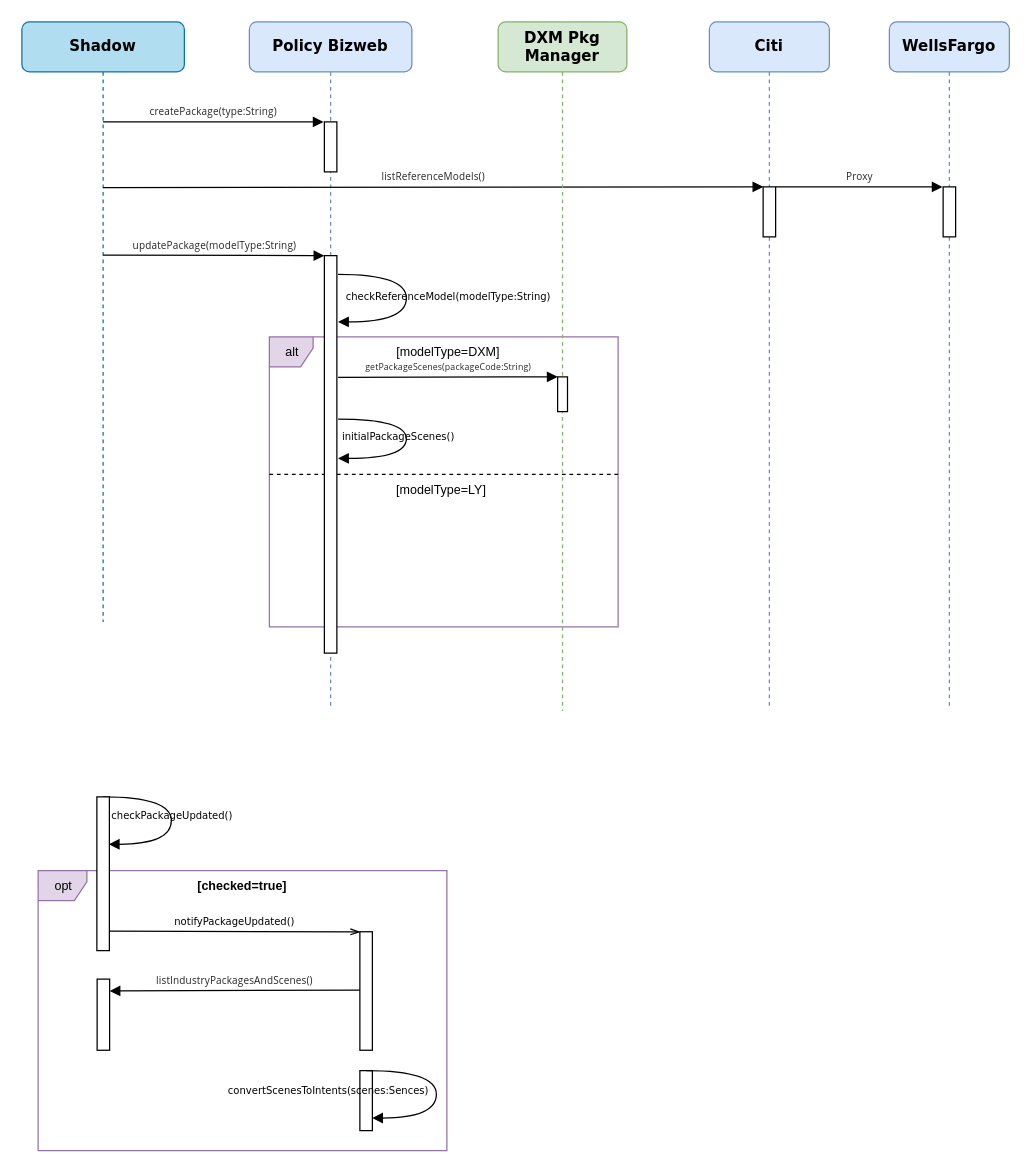
This is leyan/dxm/Sequence Diagram 2.drawio from GeekKwok/UML, a draw.io file, before an edit. Source tidied: cells renumbered, new cells numbered last; positions are measured from the earlier drawing's top-left corner, leaving out a move shared by most shapes. Both pictures are drawn from the tidied source at 125%, with x=0, y=0 at pixel (21, 21).
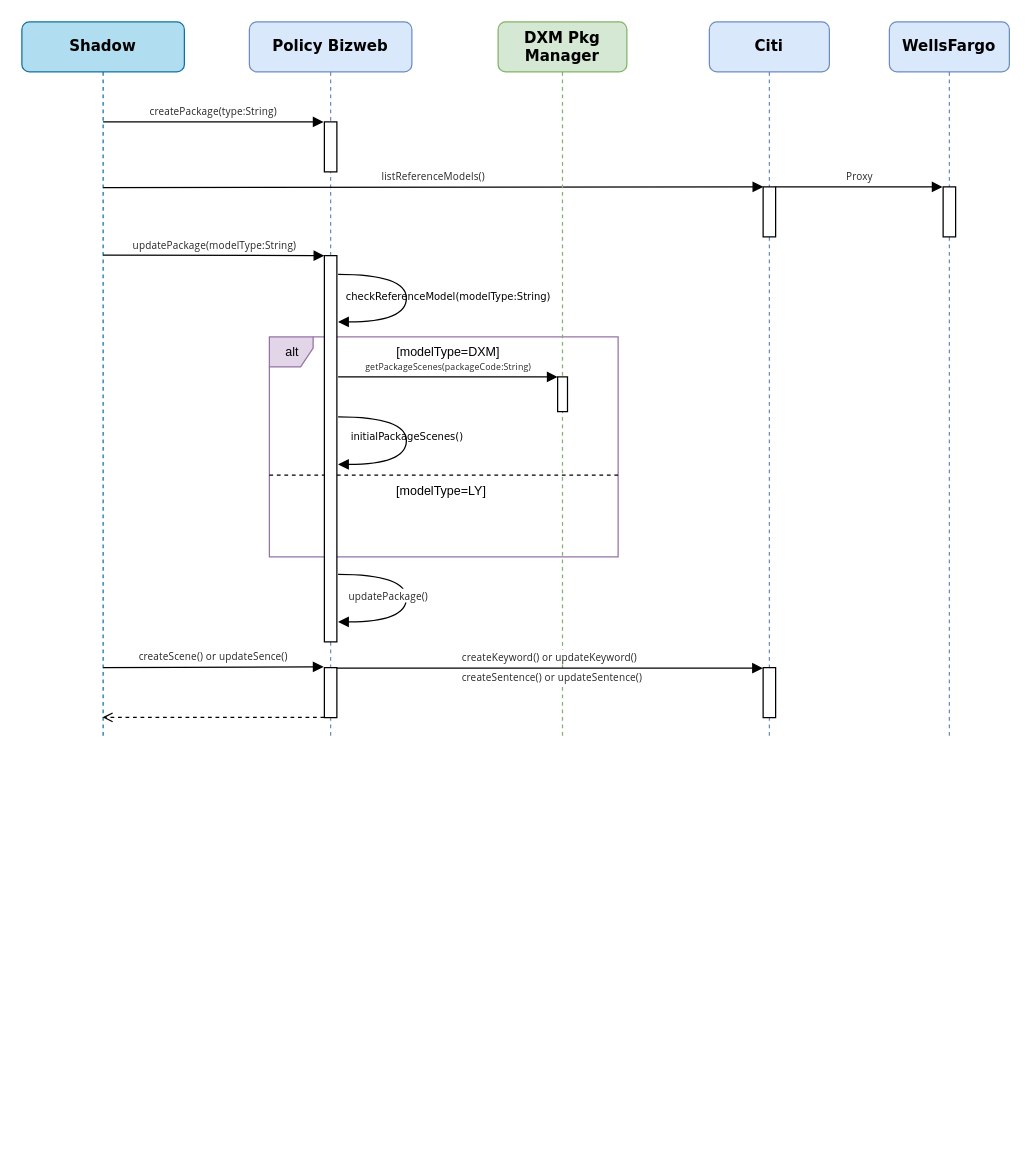
The same page after the edit.

The change refers to these unchanged cells:
```xml
<mxCell id="32" style="html=1;points=[];perimeter=orthogonalPerimeter;rounded=0;shadow=0;comic=0;labelBackgroundColor=none;strokeWidth=1;fontFamily=Verdana;fontSize=12;align=center;" parent="31" vertex="1">
  <mxGeometry x="47.6" y="284" width="7.9" height="27.8" as="geometry" />
</mxCell>
```

Change to the diagram source:
```diff
@@
     <mxCell id="2" value="&lt;font style=&quot;font-size: 10px&quot;&gt;alt&lt;/font&gt;" style="shape=umlFrame;tabWidth=110;tabHeight=30;tabPosition=left;html=1;boundedLbl=1;labelInHeader=1;width=35;height=24;fillColor=#e1d5e7;strokeColor=#9673a6;" parent="1" vertex="1">
-      <mxGeometry x="198" y="252" width="279" height="232" as="geometry" />
+      <mxGeometry x="198" y="252" width="279" height="176" as="geometry" />
     </mxCell>
@@
     <mxCell id="4" style="line;strokeWidth=1;dashed=1;labelPosition=center;verticalLabelPosition=bottom;align=left;verticalAlign=top;spacingLeft=20;spacingTop=15;fontSize=10;" parent="2" vertex="1">
-      <mxGeometry y="106.9" width="279" height="6.2" as="geometry" />
+      <mxGeometry y="108.3" width="279" height="4.7" as="geometry" />
     </mxCell>
     <mxCell id="5" value="[modelType=LY]" style="text;fontSize=10;" parent="2" vertex="1">
-      <mxGeometry x="99.9" y="110.2" width="79.3" height="13" as="geometry" />
+      <mxGeometry x="99.9" y="110.8" width="79.3" height="9.9" as="geometry" />
     </mxCell>
     <mxCell id="6" value="&lt;font color=&quot;#262626&quot; face=&quot;chinese quote, segoe ui, roboto, pingfang sc, hiragino sans gb, microsoft yahei, helvetica neue, helvetica, arial, sans-serif, apple color emoji&quot; size=&quot;1&quot;&gt;&lt;span style=&quot;letter-spacing: 0.12px ; background-color: rgb(255 , 255 , 255) ; font-size: 7px&quot;&gt;getPackageScenes(packageCode:String)&lt;/span&gt;&lt;/font&gt;" style="html=1;verticalAlign=bottom;endArrow=block;labelBackgroundColor=none;fontFamily=Verdana;fontSize=12;edgeStyle=elbowEdgeStyle;elbow=vertical;entryX=-0.002;entryY=-0.003;entryDx=0;entryDy=0;entryPerimeter=0;" parent="2" edge="1" target="32">
       <mxGeometry relative="1" as="geometry">
-        <mxPoint x="55" y="32.3" as="sourcePoint" />
+        <mxPoint x="55" y="32" as="sourcePoint" />
       </mxGeometry>
     </mxCell>
-    <mxCell id="7" value="&lt;font style=&quot;font-size: 8px&quot;&gt;initialPackageScenes()&lt;/font&gt;" style="html=1;verticalAlign=bottom;endArrow=block;labelBackgroundColor=none;fontFamily=Verdana;fontSize=12;elbow=vertical;edgeStyle=orthogonalEdgeStyle;curved=1;exitX=1.038;exitY=0.345;exitPerimeter=0;" parent="2" edge="1">
-      <mxGeometry x="0.1" y="-7" relative="1" as="geometry">
-        <mxPoint x="55" y="65.7" as="sourcePoint" />
-        <mxPoint x="55" y="97.2" as="targetPoint" />
+    <mxCell id="7" value="&lt;span style=&quot;font-size: 8px&quot;&gt;initialPackageScenes()&lt;/span&gt;" style="html=1;verticalAlign=bottom;endArrow=block;labelBackgroundColor=none;fontFamily=Verdana;fontSize=12;elbow=vertical;edgeStyle=orthogonalEdgeStyle;curved=1;exitX=1.038;exitY=0.345;exitPerimeter=0;" parent="2" edge="1">
+      <mxGeometry x="0.07" relative="1" as="geometry">
+        <mxPoint x="55" y="64" as="sourcePoint" />
+        <mxPoint x="55" y="102" as="targetPoint" />
         <Array as="points">
-          <mxPoint x="109.6" y="65.6" />
-          <mxPoint x="109.6" y="97.1" />
+          <mxPoint x="109.6" y="63.9" />
+          <mxPoint x="109.6" y="101.9" />
         </Array>
       </mxGeometry>
     </mxCell>
     <mxCell id="8" value="&lt;b&gt;Shadow&lt;/b&gt;" style="shape=umlLifeline;perimeter=lifelinePerimeter;whiteSpace=wrap;html=1;outlineConnect=0;rounded=1;shadow=0;comic=0;labelBackgroundColor=none;strokeWidth=1;fontFamily=Verdana;fontSize=12;align=center;fillColor=#b1ddf0;strokeColor=#10739e;" parent="1" vertex="1">
-      <mxGeometry width="130" height="480" as="geometry" />
+      <mxGeometry width="130" height="572" as="geometry" />
     </mxCell>
     <mxCell id="9" value="&lt;b&gt;Policy Bizweb&lt;/b&gt;" style="shape=umlLifeline;perimeter=lifelinePerimeter;whiteSpace=wrap;html=1;rounded=1;shadow=0;comic=0;labelBackgroundColor=none;strokeWidth=1;fontFamily=Verdana;fontSize=12;align=center;fillColor=#dae8fc;strokeColor=#6c8ebf;" parent="1" vertex="1">
-      <mxGeometry x="182" width="130" height="548" as="geometry" />
+      <mxGeometry x="182" width="130" height="572" as="geometry" />
     </mxCell>
@@
     <mxCell id="12" style="html=1;points=[];perimeter=orthogonalPerimeter;rounded=0;shadow=0;comic=0;labelBackgroundColor=none;strokeWidth=1;fontFamily=Verdana;fontSize=12;align=center;" parent="9" vertex="1">
-      <mxGeometry x="60" y="187" width="10" height="318" as="geometry" />
+      <mxGeometry x="60" y="187" width="10" height="309" as="geometry" />
     </mxCell>
-    <mxCell id="13" value="&lt;font style=&quot;font-size: 10px&quot;&gt;opt&lt;/font&gt;" style="shape=umlFrame;tabPosition=left;html=1;boundedLbl=1;labelInHeader=1;width=39;height=24;fillColor=#e1d5e7;strokeColor=#9673a6;" parent="1" vertex="1">
-      <mxGeometry x="13" y="679" width="327" height="224" as="geometry" />
-    </mxCell>
-    <mxCell id="14" value="[checked=true]" style="text;align=center;fontSize=10;fontStyle=1;" parent="13" vertex="1">
-      <mxGeometry width="100" height="20" relative="1" as="geometry">
-        <mxPoint x="113.5" as="offset" />
-      </mxGeometry>
-    </mxCell>
-    <mxCell id="15" style="html=1;points=[];perimeter=orthogonalPerimeter;rounded=0;shadow=0;comic=0;labelBackgroundColor=none;strokeWidth=1;fontFamily=Verdana;fontSize=12;align=center;" parent="13" vertex="1">
-      <mxGeometry x="257.4" y="48.9" width="10" height="94.8" as="geometry" />
-    </mxCell>
-    <mxCell id="16" style="html=1;points=[];perimeter=orthogonalPerimeter;rounded=0;shadow=0;comic=0;labelBackgroundColor=none;strokeWidth=1;fontFamily=Verdana;fontSize=12;align=center;" parent="13" vertex="1">
-      <mxGeometry x="47.2" y="86.8" width="10" height="56.9" as="geometry" />
-    </mxCell>
-    <mxCell id="17" value="&lt;font style=&quot;font-size: 8px&quot;&gt;&lt;span style=&quot;box-sizing: border-box ; color: rgb(64 , 64 , 64) ; font-family: &amp;#34;chinese quote&amp;#34; , &amp;#34;segoe ui&amp;#34; , &amp;#34;roboto&amp;#34; , &amp;#34;pingfang sc&amp;#34; , &amp;#34;hiragino sans gb&amp;#34; , &amp;#34;microsoft yahei&amp;#34; , &amp;#34;helvetica neue&amp;#34; , &amp;#34;helvetica&amp;#34; , &amp;#34;arial&amp;#34; , sans-serif , &amp;#34;apple color emoji&amp;#34; ; letter-spacing: 0.12px ; background-color: rgb(255 , 255 , 255)&quot;&gt;&lt;span style=&quot;box-sizing: border-box ; color: rgb(38 , 38 , 38)&quot;&gt;l&lt;/span&gt;&lt;/span&gt;&lt;span style=&quot;color: rgb(38 , 38 , 38) ; font-family: &amp;#34;chinese quote&amp;#34; , &amp;#34;segoe ui&amp;#34; , &amp;#34;roboto&amp;#34; , &amp;#34;pingfang sc&amp;#34; , &amp;#34;hiragino sans gb&amp;#34; , &amp;#34;microsoft yahei&amp;#34; , &amp;#34;helvetica neue&amp;#34; , &amp;#34;helvetica&amp;#34; , &amp;#34;arial&amp;#34; , sans-serif , &amp;#34;apple color emoji&amp;#34; ; letter-spacing: 0.12px ; background-color: rgb(255 , 255 , 255)&quot;&gt;istIndustryPackagesAndScenes()&lt;/span&gt;&lt;/font&gt;" style="html=1;verticalAlign=bottom;endArrow=block;labelBackgroundColor=none;fontFamily=Verdana;fontSize=12;edgeStyle=elbowEdgeStyle;elbow=vertical;exitX=0;exitY=0.492;exitDx=0;exitDy=0;exitPerimeter=0;entryX=1.001;entryY=0.18;entryDx=0;entryDy=0;entryPerimeter=0;" parent="13" edge="1" source="15" target="16">
-      <mxGeometry relative="1" as="geometry">
-        <Array as="points">
-          <mxPoint x="143" y="96.3" />
-        </Array>
-      </mxGeometry>
-    </mxCell>
-    <mxCell id="18" style="html=1;perimeter=orthogonalPerimeter;rounded=0;shadow=0;comic=0;labelBackgroundColor=none;strokeWidth=1;fontFamily=Verdana;fontSize=12;align=center;" parent="13" vertex="1">
-      <mxGeometry x="257.4" y="160" width="10" height="48" as="geometry" />
-    </mxCell>
-    <mxCell id="19" value="&lt;font style=&quot;font-size: 8px&quot;&gt;convertScenesToIntents(scenes:Sences)&lt;/font&gt;" style="html=1;verticalAlign=bottom;endArrow=block;labelBackgroundColor=none;fontFamily=Verdana;fontSize=12;elbow=vertical;edgeStyle=orthogonalEdgeStyle;curved=1;entryX=1;entryY=0.286;entryPerimeter=0;exitX=1.038;exitY=0.345;exitPerimeter=0;" parent="13" edge="1">
-      <mxGeometry x="1" y="-39" relative="1" as="geometry">
-        <mxPoint x="262.6" y="160" as="sourcePoint" />
-        <mxPoint x="267.3" y="197.9" as="targetPoint" />
-        <Array as="points">
-          <mxPoint x="318.6" y="159.9" />
-          <mxPoint x="318.6" y="197.9" />
-        </Array>
-        <mxPoint x="-36" y="25" as="offset" />
-      </mxGeometry>
-    </mxCell>
+    <mxCell id="33" style="html=1;points=[];perimeter=orthogonalPerimeter;rounded=0;shadow=0;comic=0;labelBackgroundColor=none;strokeWidth=1;fontFamily=Verdana;fontSize=12;align=center;" parent="9" vertex="1">
+      <mxGeometry x="60" y="516.6" width="10" height="40" as="geometry" />
+    </mxCell>
+    <mxCell id="34" value="&lt;font color=&quot;#262626&quot; face=&quot;chinese quote, segoe ui, roboto, pingfang sc, hiragino sans gb, microsoft yahei, helvetica neue, helvetica, arial, sans-serif, apple color emoji&quot;&gt;&lt;span style=&quot;font-size: 8px ; letter-spacing: 0.12px ; background-color: rgb(255 , 255 , 255)&quot;&gt;createScene() or updateSence()&lt;/span&gt;&lt;/font&gt;" style="html=1;verticalAlign=bottom;endArrow=block;labelBackgroundColor=none;fontFamily=Verdana;fontSize=12;edgeStyle=elbowEdgeStyle;elbow=vertical;entryX=-0.065;entryY=-0.013;entryDx=0;entryDy=0;entryPerimeter=0;" parent="9" edge="1" target="33">
+      <mxGeometry relative="1" as="geometry">
+        <mxPoint x="-117" y="516.6" as="sourcePoint" />
+      </mxGeometry>
+    </mxCell>
@@
-    <mxCell id="21" value="&lt;font style=&quot;font-size: 8px&quot;&gt;checkPackageUpdated()&lt;/font&gt;" style="html=1;verticalAlign=bottom;endArrow=block;labelBackgroundColor=none;fontFamily=Verdana;fontSize=12;elbow=vertical;edgeStyle=orthogonalEdgeStyle;curved=1;entryX=1;entryY=0.286;entryPerimeter=0;exitX=1.038;exitY=0.345;exitPerimeter=0;" parent="1" edge="1">
-      <mxGeometry x="0.1" relative="1" as="geometry">
-        <mxPoint x="65" y="620" as="sourcePoint" />
-        <mxPoint x="69.6" y="657.9" as="targetPoint" />
-        <Array as="points">
-          <mxPoint x="119.6" y="619.9" />
-          <mxPoint x="119.6" y="657.9" />
-        </Array>
-      </mxGeometry>
-    </mxCell>
-    <mxCell id="22" style="html=1;perimeter=orthogonalPerimeter;rounded=0;shadow=0;comic=0;labelBackgroundColor=none;strokeWidth=1;fontFamily=Verdana;fontSize=12;align=center;" parent="1" vertex="1">
-      <mxGeometry x="60" y="620" width="10" height="123" as="geometry" />
-    </mxCell>
-    <mxCell id="23" value="&lt;span style=&quot;font-size: 8px&quot;&gt;notifyPackageUpdated()&lt;/span&gt;" style="html=1;verticalAlign=bottom;endArrow=openThin;labelBackgroundColor=none;fontFamily=Verdana;fontSize=12;edgeStyle=elbowEdgeStyle;elbow=vertical;exitX=0.982;exitY=0.771;exitDx=0;exitDy=0;exitPerimeter=0;endFill=0;entryX=0.044;entryY=-0.001;entryDx=0;entryDy=0;entryPerimeter=0;" parent="1" edge="1" target="15">
-      <mxGeometry relative="1" as="geometry">
-        <mxPoint x="69.8" y="727.4" as="sourcePoint" />
-      </mxGeometry>
-    </mxCell>
     <mxCell id="24" value="&lt;b&gt;Citi&lt;/b&gt;" style="shape=umlLifeline;perimeter=lifelinePerimeter;whiteSpace=wrap;html=1;rounded=1;shadow=0;comic=0;labelBackgroundColor=none;strokeWidth=1;fontFamily=Verdana;fontSize=12;align=center;fillColor=#dae8fc;strokeColor=#6c8ebf;" parent="1" vertex="1">
-      <mxGeometry x="550" width="96" height="548" as="geometry" />
+      <mxGeometry x="550" width="96" height="572" as="geometry" />
     </mxCell>
@@
+    <mxCell id="35" style="html=1;points=[];perimeter=orthogonalPerimeter;rounded=0;shadow=0;comic=0;labelBackgroundColor=none;strokeWidth=1;fontFamily=Verdana;fontSize=12;align=center;" parent="24" vertex="1">
+      <mxGeometry x="43" y="516.6" width="10" height="40" as="geometry" />
+    </mxCell>
     <mxCell id="26" value="&lt;b&gt;WellsFargo&lt;/b&gt;" style="shape=umlLifeline;perimeter=lifelinePerimeter;whiteSpace=wrap;html=1;rounded=1;shadow=0;comic=0;labelBackgroundColor=none;strokeWidth=1;fontFamily=Verdana;fontSize=12;align=center;fillColor=#dae8fc;strokeColor=#6c8ebf;" parent="1" vertex="1">
-      <mxGeometry x="694" width="96" height="548" as="geometry" />
+      <mxGeometry x="694" width="96" height="572" as="geometry" />
     </mxCell>
@@
     <mxCell id="31" value="&lt;b&gt;DXM Pkg Manager&lt;br&gt;&lt;/b&gt;" style="shape=umlLifeline;perimeter=lifelinePerimeter;whiteSpace=wrap;html=1;rounded=1;shadow=0;comic=0;labelBackgroundColor=none;strokeWidth=1;fontFamily=Verdana;fontSize=12;align=center;fillColor=#d5e8d4;strokeColor=#82b366;" parent="1" vertex="1">
-      <mxGeometry x="381" width="103" height="551.2" as="geometry" />
+      <mxGeometry x="381" width="103" height="572" as="geometry" />
     </mxCell>
@@
+    <mxCell id="36" value="&lt;span style=&quot;color: rgb(38 , 38 , 38) ; font-family: &amp;#34;chinese quote&amp;#34; , &amp;#34;segoe ui&amp;#34; , &amp;#34;roboto&amp;#34; , &amp;#34;pingfang sc&amp;#34; , &amp;#34;hiragino sans gb&amp;#34; , &amp;#34;microsoft yahei&amp;#34; , &amp;#34;helvetica neue&amp;#34; , &amp;#34;helvetica&amp;#34; , &amp;#34;arial&amp;#34; , sans-serif , &amp;#34;apple color emoji&amp;#34; ; font-size: 8px ; letter-spacing: 0.12px ; background-color: rgb(255 , 255 , 255)&quot;&gt;updatePackage()&lt;/span&gt;" style="html=1;verticalAlign=bottom;endArrow=block;labelBackgroundColor=none;fontFamily=Verdana;fontSize=12;elbow=vertical;edgeStyle=orthogonalEdgeStyle;curved=1;exitX=1.038;exitY=0.345;exitPerimeter=0;" parent="1" edge="1">
+      <mxGeometry x="0.46" y="-12" relative="1" as="geometry">
+        <mxPoint x="253" y="442" as="sourcePoint" />
+        <mxPoint x="253" y="480" as="targetPoint" />
+        <Array as="points">
+          <mxPoint x="307.6" y="441.9" />
+          <mxPoint x="307.6" y="479.9" />
+        </Array>
+      </mxGeometry>
+    </mxCell>
+    <mxCell id="37" value="&lt;font color=&quot;#262626&quot; face=&quot;chinese quote, segoe ui, roboto, pingfang sc, hiragino sans gb, microsoft yahei, helvetica neue, helvetica, arial, sans-serif, apple color emoji&quot;&gt;&lt;span style=&quot;font-size: 8px ; letter-spacing: 0.12px ; background-color: rgb(255 , 255 , 255)&quot;&gt;createKeyword() or&amp;nbsp;&lt;/span&gt;&lt;/font&gt;&lt;span style=&quot;color: rgb(38 , 38 , 38) ; font-family: &amp;#34;chinese quote&amp;#34; , &amp;#34;segoe ui&amp;#34; , &amp;#34;roboto&amp;#34; , &amp;#34;pingfang sc&amp;#34; , &amp;#34;hiragino sans gb&amp;#34; , &amp;#34;microsoft yahei&amp;#34; , &amp;#34;helvetica neue&amp;#34; , &amp;#34;helvetica&amp;#34; , &amp;#34;arial&amp;#34; , sans-serif , &amp;#34;apple color emoji&amp;#34; ; font-size: 8px ; letter-spacing: 0.12px ; background-color: rgb(255 , 255 , 255)&quot;&gt;updateKeyword()&lt;/span&gt;&lt;font color=&quot;#262626&quot; face=&quot;chinese quote, segoe ui, roboto, pingfang sc, hiragino sans gb, microsoft yahei, helvetica neue, helvetica, arial, sans-serif, apple color emoji&quot;&gt;&lt;span style=&quot;font-size: 8px ; letter-spacing: 0.12px ; background-color: rgb(255 , 255 , 255)&quot;&gt;&lt;br&gt;&lt;/span&gt;&lt;/font&gt;" style="html=1;verticalAlign=bottom;endArrow=block;labelBackgroundColor=none;fontFamily=Verdana;fontSize=12;edgeStyle=elbowEdgeStyle;elbow=vertical;entryX=-0.018;entryY=0.006;entryDx=0;entryDy=0;entryPerimeter=0;" parent="1" edge="1" target="35">
+      <mxGeometry relative="1" as="geometry">
+        <mxPoint x="252" y="517" as="sourcePoint" />
+      </mxGeometry>
+    </mxCell>
+    <mxCell id="38" value="&lt;span style=&quot;color: rgb(38 , 38 , 38) ; font-family: &amp;#34;chinese quote&amp;#34; , &amp;#34;segoe ui&amp;#34; , &amp;#34;roboto&amp;#34; , &amp;#34;pingfang sc&amp;#34; , &amp;#34;hiragino sans gb&amp;#34; , &amp;#34;microsoft yahei&amp;#34; , &amp;#34;helvetica neue&amp;#34; , &amp;#34;helvetica&amp;#34; , &amp;#34;arial&amp;#34; , sans-serif , &amp;#34;apple color emoji&amp;#34; ; font-size: 8px ; letter-spacing: 0.12px&quot;&gt;createSentence() or updateSentence()&lt;/span&gt;" style="edgeLabel;html=1;align=center;verticalAlign=middle;fontSize=10;" parent="37" vertex="1">
+      <mxGeometry x="0.18" y="-1" relative="1" as="geometry">
+        <mxPoint x="-30" y="5" as="offset" />
+      </mxGeometry>
+    </mxCell>
+    <mxCell id="39" style="html=1;verticalAlign=bottom;labelBackgroundColor=none;endArrow=open;endFill=0;dashed=1;fontSize=10;exitX=-0.009;exitY=0.994;exitDx=0;exitDy=0;exitPerimeter=0;" parent="1" edge="1" source="33" target="8">
+      <mxGeometry relative="1" as="geometry" />
+    </mxCell>
```
